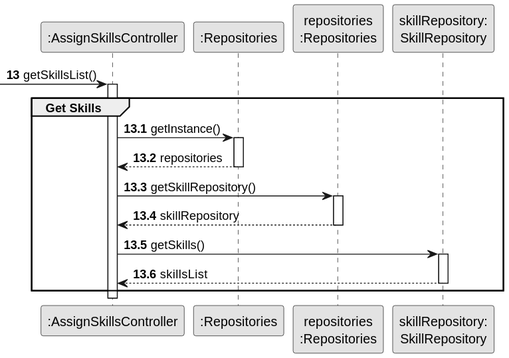
The PlantUML diagram docs/sprintC/us004/03.design/svg/us004-sequence-diagram-partial-get-skills.svg in Departamento-de-Engenharia-Informatica/lei-24-s2-1dm-g132, before a commit. The source it was exported from:
```plantuml
@startuml
skinparam monochrome true
skinparam packageStyle rectangle
skinparam shadowing false

participant ":AssignSkillsController" as CTRL
participant ":Repositories" as RepositorySingleton
participant "repositories\n:Repositories" as PLAT
participant "skillRepository:\nSkillRepository" as SkillRepository

autonumber 13
-> CTRL : getSkillsList()

autonumber 13.1

activate CTRL
    group Get Skills
           CTRL -> RepositorySingleton : getInstance()
           activate RepositorySingleton

           RepositorySingleton --> CTRL: repositories
           deactivate RepositorySingleton

           CTRL -> PLAT : getSkillRepository()
           activate PLAT

           PLAT --> CTRL: skillRepository
           deactivate PLAT

           CTRL -> SkillRepository : getSkills()
           activate SkillRepository

           SkillRepository --> CTRL : skillsList
           deactivate SkillRepository

end group
@enduml
```
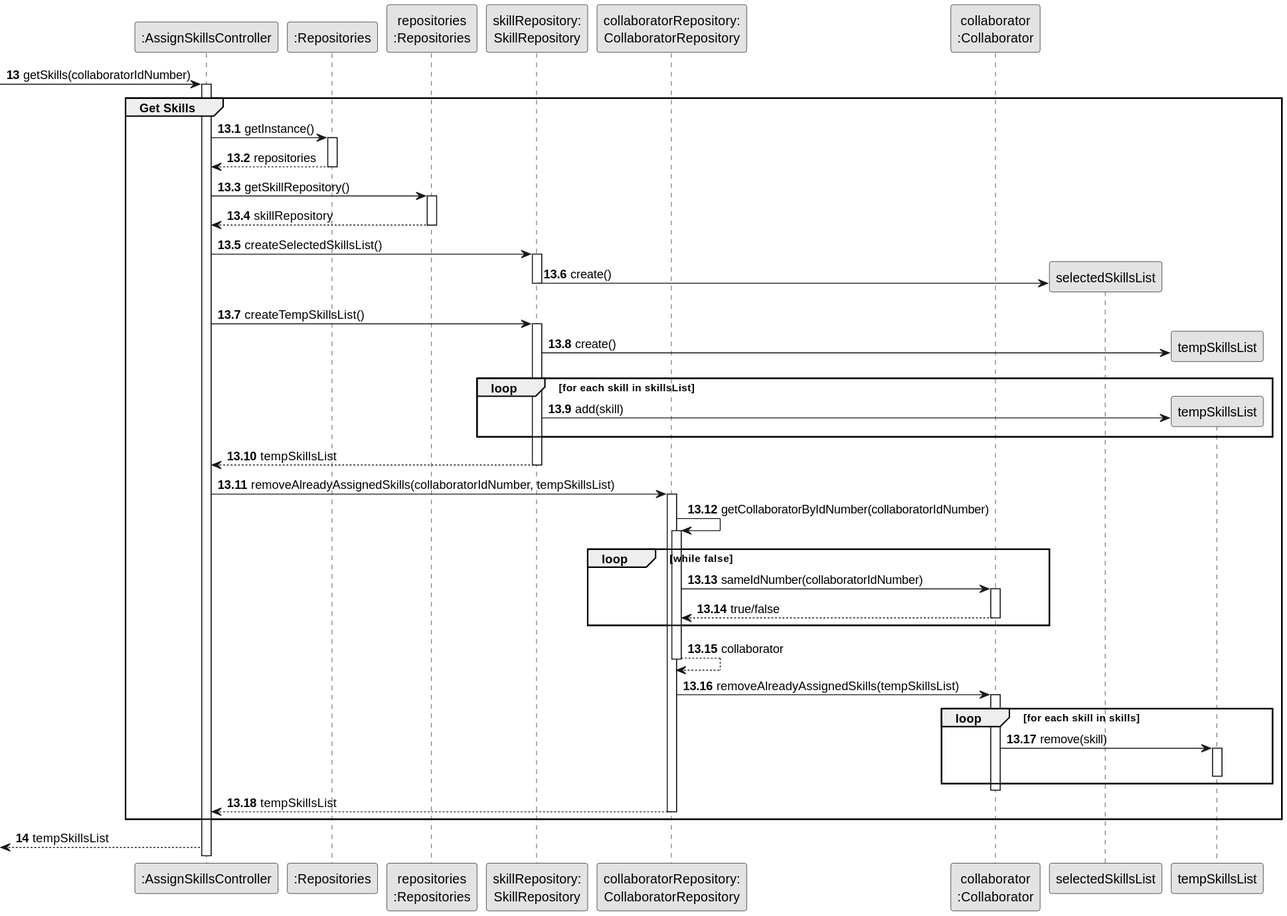
The same file after the commit.

What changed in the source:
```diff
@@ -7,31 +7,81 @@
 participant ":Repositories" as RepositorySingleton
 participant "repositories\n:Repositories" as PLAT
 participant "skillRepository:\nSkillRepository" as SkillRepository
+participant "collaboratorRepository:\nCollaboratorRepository" as CollaboratorRepository
+participant "collaborator\n:Collaborator" as Collaborator
 
 autonumber 13
--> CTRL : getSkillsList()
+-> CTRL : getSkills(collaboratorIdNumber)
 
 autonumber 13.1
 
 activate CTRL
     group Get Skills
-           CTRL -> RepositorySingleton : getInstance()
-           activate RepositorySingleton
+            CTRL -> RepositorySingleton : getInstance()
+            activate RepositorySingleton
 
-           RepositorySingleton --> CTRL: repositories
-           deactivate RepositorySingleton
+            RepositorySingleton --> CTRL: repositories
+            deactivate RepositorySingleton
 
-           CTRL -> PLAT : getSkillRepository()
-           activate PLAT
+            CTRL -> PLAT : getSkillRepository()
+            activate PLAT
 
-           PLAT --> CTRL: skillRepository
-           deactivate PLAT
+            PLAT --> CTRL: skillRepository
+            deactivate PLAT
 
-           CTRL -> SkillRepository : getSkills()
-           activate SkillRepository
+            CTRL -> SkillRepository : createSelectedSkillsList()
+            activate SkillRepository
 
-           SkillRepository --> CTRL : skillsList
-           deactivate SkillRepository
+                SkillRepository -> selectedSkillsList** : create()
+            deactivate SkillRepository
 
+            CTRL -> SkillRepository : createTempSkillsList()
+            activate SkillRepository
+
+                SkillRepository -> tempSkillsList** : create()
+                loop for each skill in skillsList
+                    SkillRepository -> tempSkillsList** : add(skill)
+                end loop
+                SkillRepository --> CTRL : tempSkillsList
+            deactivate SkillRepository
+
+            CTRL -> CollaboratorRepository : removeAlreadyAssignedSkills(collaboratorIdNumber, tempSkillsList)
+            activate CollaboratorRepository
+
+                CollaboratorRepository -> CollaboratorRepository : getCollaboratorByIdNumber(collaboratorIdNumber)
+                activate CollaboratorRepository
+
+                    loop while false
+
+                    CollaboratorRepository -> Collaborator : sameIdNumber(collaboratorIdNumber)
+                    activate Collaborator
+
+                        Collaborator --> CollaboratorRepository : true/false
+                    deactivate Collaborator
+
+                    end loop
+
+                    CollaboratorRepository --> CollaboratorRepository : collaborator
+
+                deactivate CollaboratorRepository
+
+            CollaboratorRepository -> Collaborator : removeAlreadyAssignedSkills(tempSkillsList)
+            activate Collaborator
+
+            loop for each skill in skills
+                Collaborator -> tempSkillsList : remove(skill)
+                    activate tempSkillsList
+                    deactivate tempSkillsList
+            end loop
+
+            deactivate Collaborator
+
+            CollaboratorRepository --> CTRL : tempSkillsList
+
+            deactivate CollaboratorRepository
 end group
+
+autonumber 14
+
+<-- CTRL : tempSkillsList
 @enduml
```
